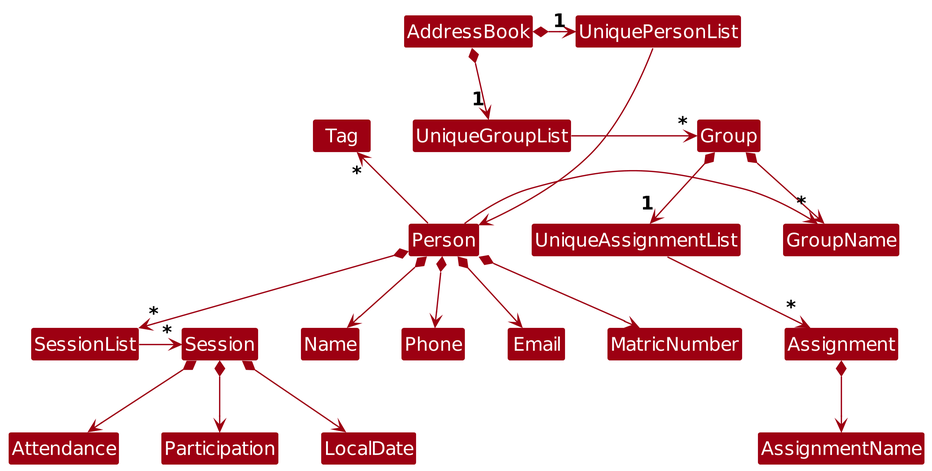
The PlantUML diagram diagrams/BetterModelClassDiagram.png in AY2526S2-CS2103T-F14-1/tp, before a commit. Its source is kept beside it as diagrams/BetterModelClassDiagram.puml.
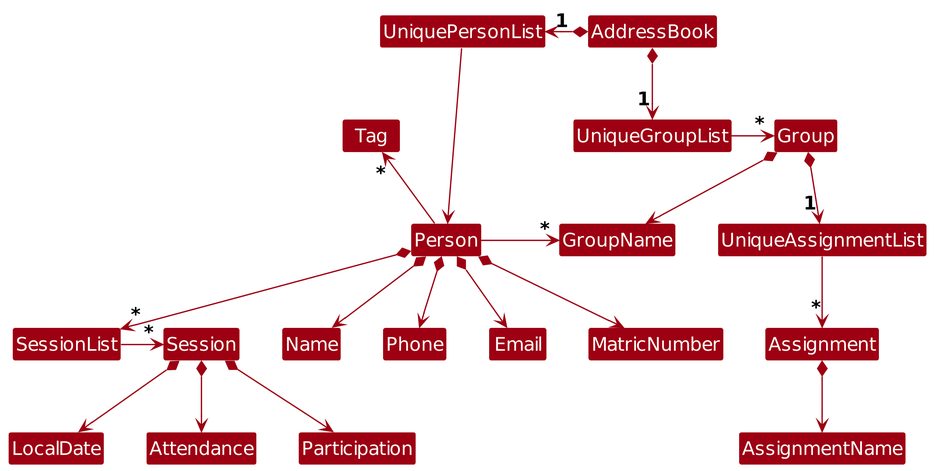
The same diagram one commit later.

What changed in the source:
```diff
@@ -4,7 +4,7 @@
 skinparam arrowColor MODEL_COLOR
 skinparam classBackgroundColor MODEL_COLOR
 
-AddressBook *-right-> "1" UniquePersonList
+AddressBook *-left-> "1" UniquePersonList
 AddressBook *-down-> "1" UniqueGroupList
 
 UniquePersonList -right-> Person
@@ -15,7 +15,7 @@
 UniqueAssignmentList -right-> "*" Assignment
 Assignment *--> AssignmentName
 
-Person -up-> "*" Tag
+Person --up> "*" Tag
 Person -right-> "*" GroupName
 Person *--> Name
 Person *--> Phone
```
